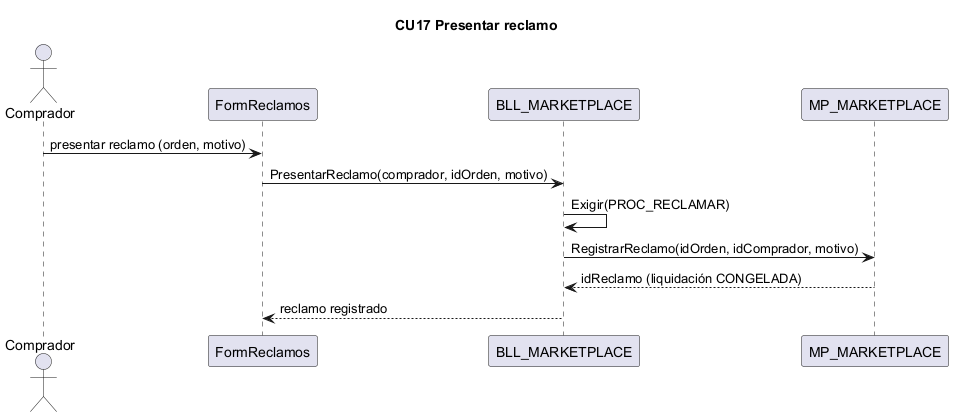
This is docs/diagramas/secuencias_png/CU17.png from L-Muniz/uai-diploma_2026, a PlantUML export, as it was before one commit.
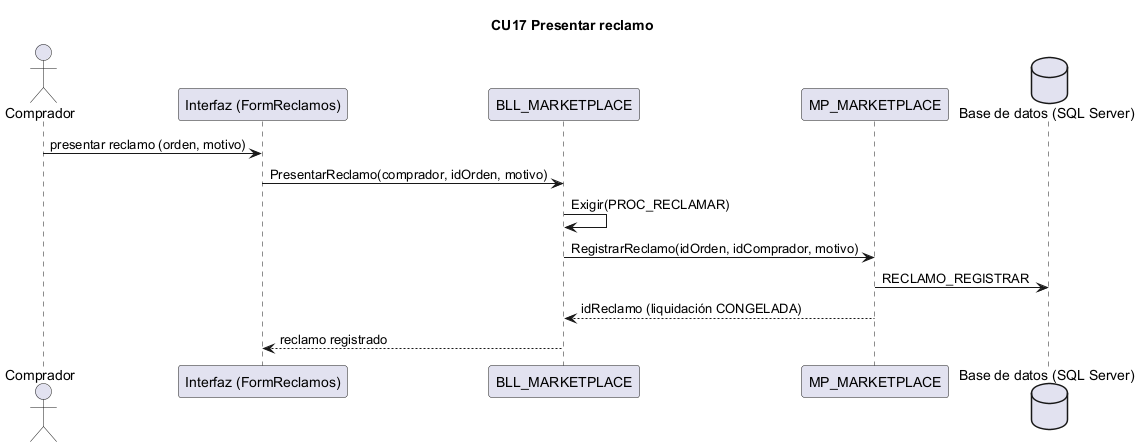
The same file after the commit.

What changed in the source:
```diff
@@ -1,13 +1,15 @@
 @startuml CU17
 title CU17 Presentar reclamo
 actor Comprador
-participant "FormReclamos" as IU
+participant "Interfaz (FormReclamos)" as IU
 participant "BLL_MARKETPLACE" as BLL
 participant "MP_MARKETPLACE" as DAL
+database "Base de datos (SQL Server)" as BD
 Comprador -> IU : presentar reclamo (orden, motivo)
 IU -> BLL : PresentarReclamo(comprador, idOrden, motivo)
 BLL -> BLL : Exigir(PROC_RECLAMAR)
 BLL -> DAL : RegistrarReclamo(idOrden, idComprador, motivo)
+DAL -> BD : RECLAMO_REGISTRAR
 DAL --> BLL : idReclamo (liquidación CONGELADA)
 BLL --> IU : reclamo registrado
 @enduml
```
